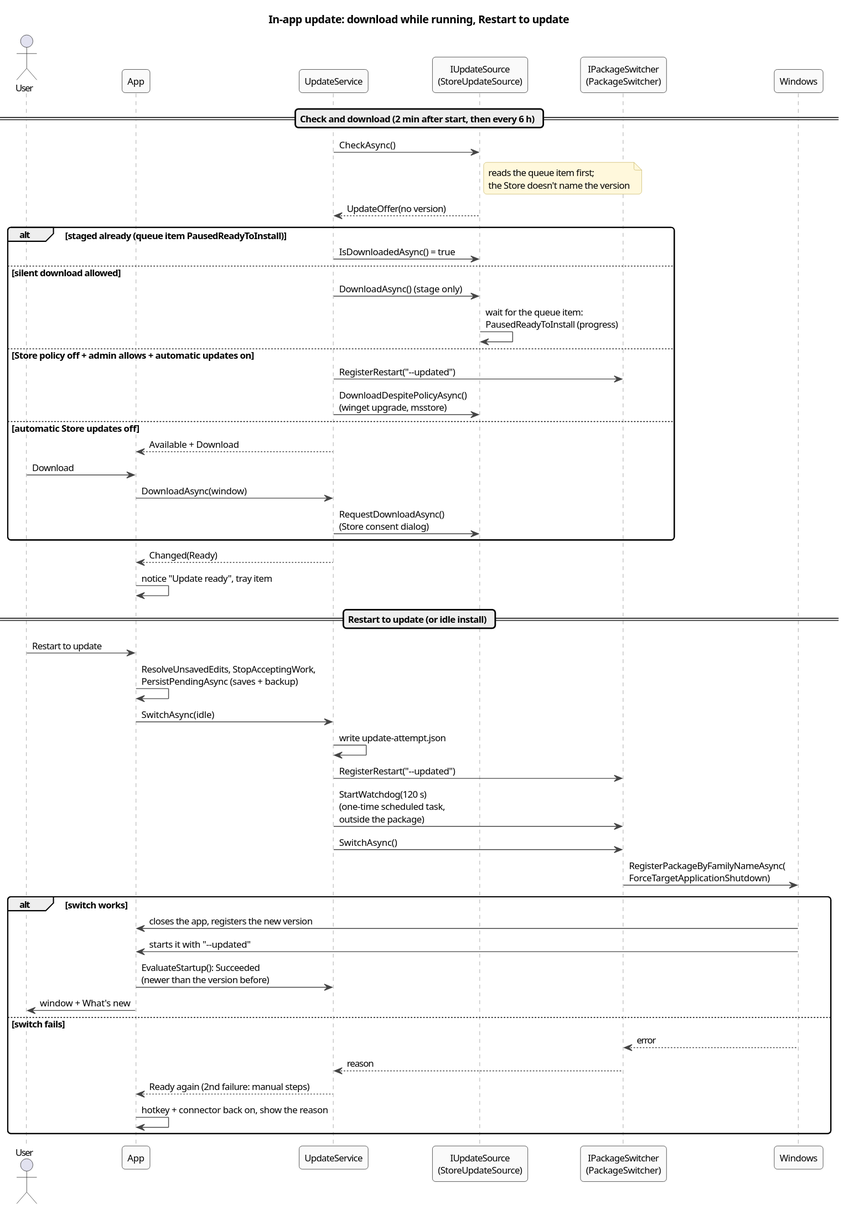
Above: docs/architecture/diagrams/seq-update.svg in halatsWol/TextTemplateManager-v2 (PlantUML), before the change.
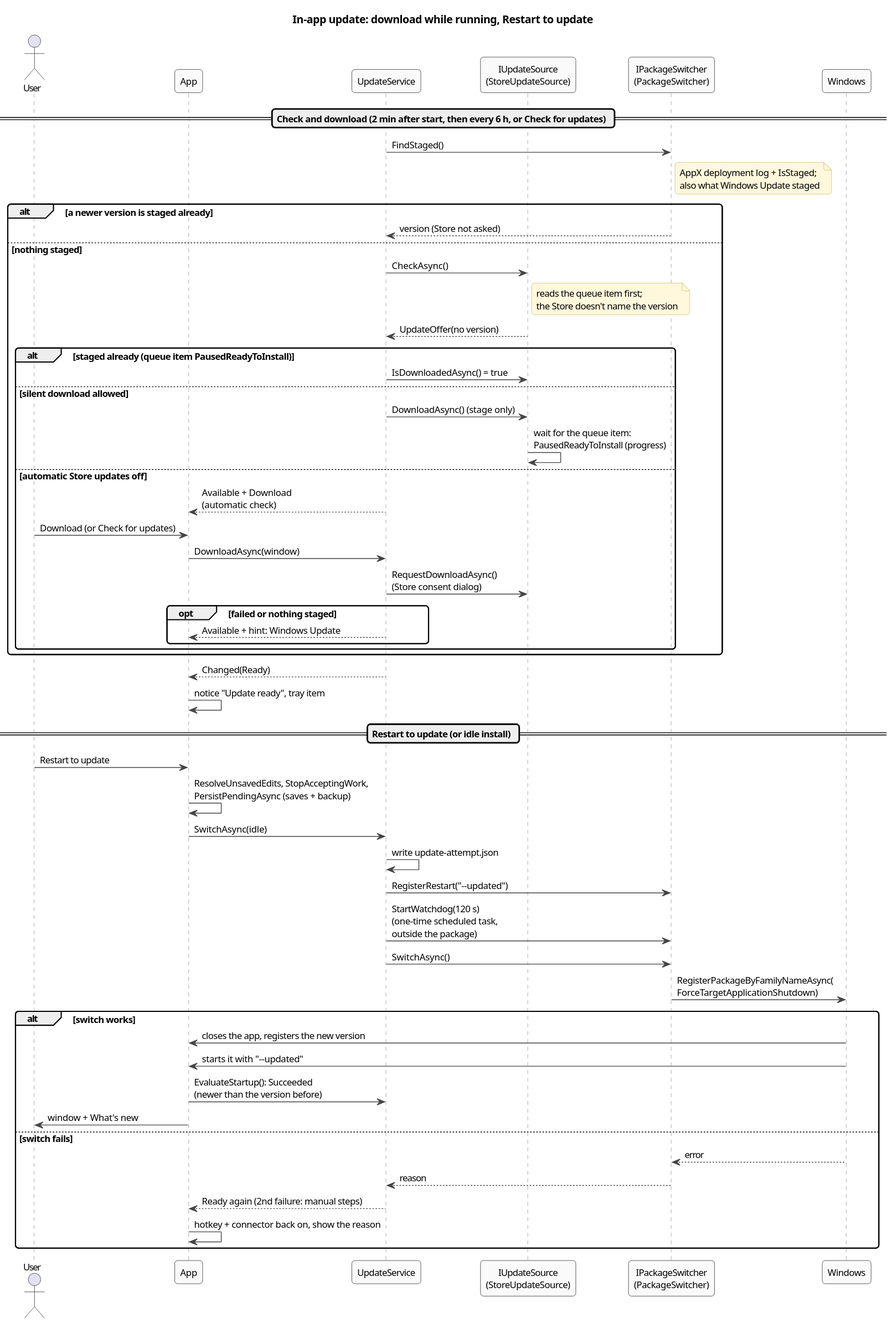
The same file after the commit.

Diff of the diagram source:
```diff
@@ -9,23 +9,29 @@
 participant "IPackageSwitcher\n(PackageSwitcher)" as Switcher
 participant Windows as OS
 
-== Check and download (2 min after start, then every 6 h) ==
-UpdateService -> Source : CheckAsync()
-note right of Source : reads the queue item first;\nthe Store doesn't name the version
-Source --> UpdateService : UpdateOffer(no version)
-alt staged already (queue item PausedReadyToInstall)
-  UpdateService -> Source : IsDownloadedAsync() = true
-else silent download allowed
-  UpdateService -> Source : DownloadAsync() (stage only)
-  Source -> Source : wait for the queue item:\nPausedReadyToInstall (progress)
-else Store policy off + admin allows + automatic updates on
-  UpdateService -> Switcher : RegisterRestart("--updated")
-  UpdateService -> Source : DownloadDespitePolicyAsync()\n(winget upgrade, msstore)
-else automatic Store updates off
-  UpdateService --> App : Available + Download
-  User -> App : Download
-  App -> UpdateService : DownloadAsync(window)
-  UpdateService -> Source : RequestDownloadAsync()\n(Store consent dialog)
+== Check and download (2 min after start, then every 6 h, or Check for updates) ==
+UpdateService -> Switcher : FindStaged()
+note right of Switcher : AppX deployment log + IsStaged;\nalso what Windows Update staged
+alt a newer version is staged already
+  Switcher --> UpdateService : version (Store not asked)
+else nothing staged
+  UpdateService -> Source : CheckAsync()
+  note right of Source : reads the queue item first;\nthe Store doesn't name the version
+  Source --> UpdateService : UpdateOffer(no version)
+  alt staged already (queue item PausedReadyToInstall)
+    UpdateService -> Source : IsDownloadedAsync() = true
+  else silent download allowed
+    UpdateService -> Source : DownloadAsync() (stage only)
+    Source -> Source : wait for the queue item:\nPausedReadyToInstall (progress)
+  else automatic Store updates off
+    UpdateService --> App : Available + Download\n(automatic check)
+    User -> App : Download (or Check for updates)
+    App -> UpdateService : DownloadAsync(window)
+    UpdateService -> Source : RequestDownloadAsync()\n(Store consent dialog)
+    opt failed or nothing staged
+      UpdateService --> App : Available + hint: Windows Update
+    end
+  end
 end
 UpdateService --> App : Changed(Ready)
 App -> App : notice "Update ready", tray item
```
